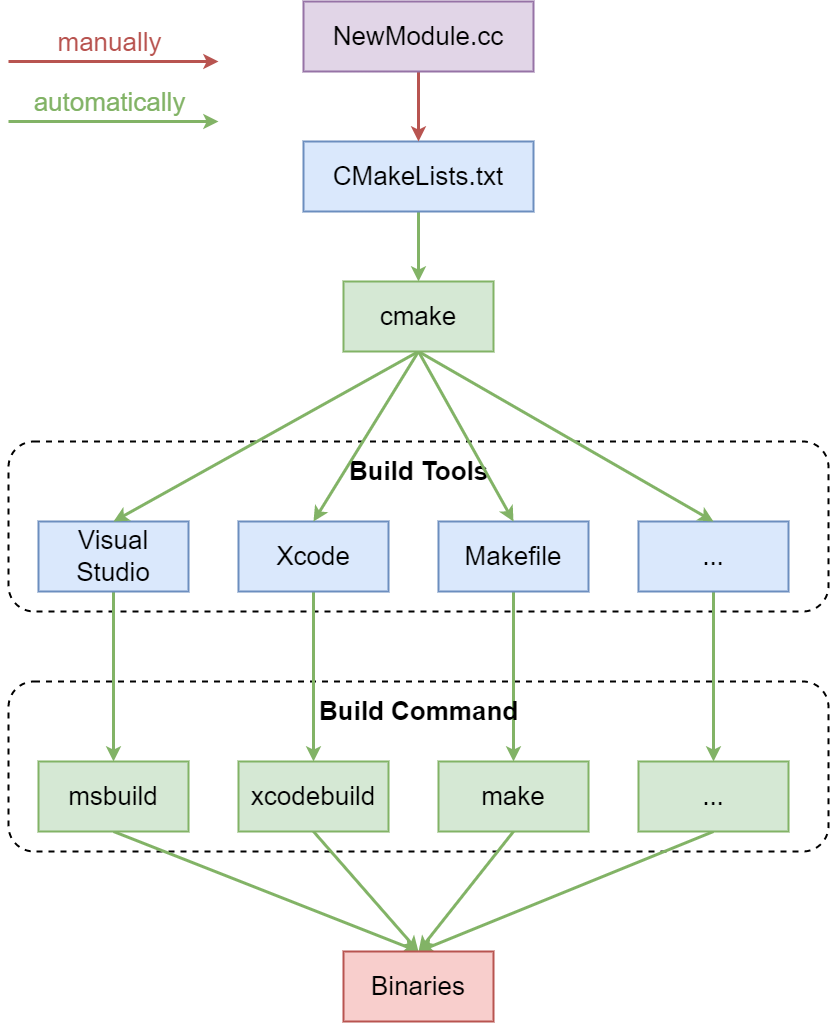
superwjfeng/MarkdownWriting keeps this draw.io diagram as EngDev/build工具/CMake体系.drawio.png. Above is the earlier version. Source tidied: cells renumbered, new cells last; positions are measured from the earlier drawing's top-left corner, leaving out a move shared by most shapes. Its diagram source:
```xml
<mxGraphModel background="#ffffff">
  <root>
    <mxCell id="0" />
    <mxCell id="1" parent="0" />
    <mxCell id="2" style="rounded=1;whiteSpace=wrap;html=1;strokeWidth=2;dashed=1;" parent="1" vertex="1">
      <mxGeometry y="440" width="820" height="170" as="geometry" />
    </mxCell>
    <mxCell id="3" style="rounded=1;whiteSpace=wrap;html=1;strokeWidth=2;dashed=1;" parent="1" vertex="1">
      <mxGeometry y="680" width="820" height="170" as="geometry" />
    </mxCell>
    <mxCell id="4" value="&lt;b&gt;&lt;font style=&quot;font-size: 26px;&quot;&gt;Build Tools&lt;/font&gt;&lt;/b&gt;" style="text;html=1;align=center;verticalAlign=middle;strokeColor=none;fillColor=none;" parent="1" vertex="1">
      <mxGeometry x="330" y="450" width="160" height="40" as="geometry" />
    </mxCell>
    <mxCell id="5" style="edgeStyle=orthogonalEdgeStyle;rounded=0;jettySize=auto;html=1;entryX=0.5;entryY=0;entryDx=0;entryDy=0;strokeWidth=3;fillColor=#d5e8d4;strokeColor=#82b366;" parent="1" edge="1" source="6" target="15">
      <mxGeometry relative="1" as="geometry" />
    </mxCell>
    <mxCell id="6" value="&lt;font style=&quot;font-size: 26px;&quot;&gt;Visual Studio&lt;/font&gt;" style="rounded=0;whiteSpace=wrap;html=1;fillColor=#dae8fc;strokeColor=#6c8ebf;strokeWidth=2;" parent="1" vertex="1">
      <mxGeometry x="30" y="520" width="150" height="70" as="geometry" />
    </mxCell>
    <mxCell id="7" style="edgeStyle=orthogonalEdgeStyle;rounded=0;jettySize=auto;html=1;strokeWidth=3;fillColor=#d5e8d4;strokeColor=#82b366;" parent="1" edge="1" source="8" target="17">
      <mxGeometry relative="1" as="geometry" />
    </mxCell>
    <mxCell id="8" value="&lt;font style=&quot;font-size: 26px;&quot;&gt;Xcode&lt;/font&gt;" style="rounded=0;whiteSpace=wrap;html=1;fillColor=#dae8fc;strokeColor=#6c8ebf;strokeWidth=2;" parent="1" vertex="1">
      <mxGeometry x="230" y="520" width="150" height="70" as="geometry" />
    </mxCell>
    <mxCell id="9" style="edgeStyle=orthogonalEdgeStyle;rounded=0;jettySize=auto;html=1;entryX=0.5;entryY=0;entryDx=0;entryDy=0;strokeWidth=3;fillColor=#d5e8d4;strokeColor=#82b366;" parent="1" edge="1" source="10" target="19">
      <mxGeometry relative="1" as="geometry" />
    </mxCell>
    <mxCell id="10" value="&lt;font style=&quot;font-size: 26px;&quot;&gt;Makefile&lt;/font&gt;" style="rounded=0;whiteSpace=wrap;html=1;fillColor=#dae8fc;strokeColor=#6c8ebf;strokeWidth=2;" parent="1" vertex="1">
      <mxGeometry x="430" y="520" width="150" height="70" as="geometry" />
    </mxCell>
    <mxCell id="11" style="edgeStyle=orthogonalEdgeStyle;rounded=0;jettySize=auto;html=1;strokeWidth=3;fillColor=#d5e8d4;strokeColor=#82b366;" parent="1" edge="1" source="12" target="21">
      <mxGeometry relative="1" as="geometry" />
    </mxCell>
    <mxCell id="12" value="&lt;font style=&quot;font-size: 26px;&quot;&gt;...&lt;/font&gt;" style="rounded=0;whiteSpace=wrap;html=1;fillColor=#dae8fc;strokeColor=#6c8ebf;strokeWidth=2;" parent="1" vertex="1">
      <mxGeometry x="630" y="520" width="150" height="70" as="geometry" />
    </mxCell>
    <mxCell id="13" value="&lt;b&gt;&lt;font style=&quot;font-size: 26px;&quot;&gt;Build Command&lt;/font&gt;&lt;/b&gt;" style="text;html=1;align=center;verticalAlign=middle;strokeColor=none;fillColor=none;" parent="1" vertex="1">
      <mxGeometry x="300" y="690" width="220" height="40" as="geometry" />
    </mxCell>
    <mxCell id="14" style="rounded=0;jettySize=auto;html=1;strokeWidth=3;fillColor=#d5e8d4;strokeColor=#82b366;exitX=0.5;exitY=1;exitDx=0;exitDy=0;entryX=0.5;entryY=0;entryDx=0;entryDy=0;" parent="1" edge="1" source="15" target="22">
      <mxGeometry relative="1" as="geometry" />
    </mxCell>
    <mxCell id="15" value="&lt;span style=&quot;font-size: 26px;&quot;&gt;msbuild&lt;/span&gt;" style="rounded=0;whiteSpace=wrap;html=1;fillColor=#d5e8d4;strokeColor=#82b366;strokeWidth=2;" parent="1" vertex="1">
      <mxGeometry x="30" y="760" width="150" height="70" as="geometry" />
    </mxCell>
    <mxCell id="16" style="rounded=0;jettySize=auto;html=1;strokeWidth=3;fillColor=#d5e8d4;strokeColor=#82b366;exitX=0.5;exitY=1;exitDx=0;exitDy=0;entryX=0.5;entryY=0;entryDx=0;entryDy=0;" parent="1" edge="1" source="17" target="22">
      <mxGeometry relative="1" as="geometry" />
    </mxCell>
    <mxCell id="17" value="&lt;font style=&quot;font-size: 26px;&quot;&gt;xcodebuild&lt;/font&gt;" style="rounded=0;whiteSpace=wrap;html=1;fillColor=#d5e8d4;strokeColor=#82b366;strokeWidth=2;" parent="1" vertex="1">
      <mxGeometry x="230" y="760" width="150" height="70" as="geometry" />
    </mxCell>
    <mxCell id="18" style="rounded=0;jettySize=auto;html=1;strokeWidth=3;fillColor=#d5e8d4;strokeColor=#82b366;exitX=0.5;exitY=1;exitDx=0;exitDy=0;entryX=0.5;entryY=0;entryDx=0;entryDy=0;" parent="1" edge="1" source="19" target="22">
      <mxGeometry relative="1" as="geometry" />
    </mxCell>
    <mxCell id="19" value="&lt;font style=&quot;font-size: 26px;&quot;&gt;make&lt;/font&gt;" style="rounded=0;whiteSpace=wrap;html=1;fillColor=#d5e8d4;strokeColor=#82b366;strokeWidth=2;" parent="1" vertex="1">
      <mxGeometry x="430" y="760" width="150" height="70" as="geometry" />
    </mxCell>
    <mxCell id="20" style="rounded=0;jettySize=auto;html=1;strokeWidth=3;fillColor=#d5e8d4;strokeColor=#82b366;exitX=0.5;exitY=1;exitDx=0;exitDy=0;entryX=0.5;entryY=0;entryDx=0;entryDy=0;" parent="1" edge="1" source="21" target="22">
      <mxGeometry relative="1" as="geometry" />
    </mxCell>
    <mxCell id="21" value="&lt;font style=&quot;font-size: 26px;&quot;&gt;...&lt;/font&gt;" style="rounded=0;whiteSpace=wrap;html=1;fillColor=#d5e8d4;strokeColor=#82b366;strokeWidth=2;" parent="1" vertex="1">
      <mxGeometry x="630" y="760" width="150" height="70" as="geometry" />
    </mxCell>
    <mxCell id="22" value="&lt;font style=&quot;font-size: 26px;&quot;&gt;Binaries&lt;/font&gt;" style="rounded=0;whiteSpace=wrap;html=1;fillColor=#f8cecc;strokeColor=#b85450;strokeWidth=2;" parent="1" vertex="1">
      <mxGeometry x="335" y="950" width="150" height="70" as="geometry" />
    </mxCell>
    <mxCell id="23" style="rounded=0;jettySize=auto;html=1;fillColor=#d5e8d4;strokeColor=#82b366;strokeWidth=3;entryX=0.5;entryY=0;entryDx=0;entryDy=0;exitX=0.5;exitY=1;exitDx=0;exitDy=0;" parent="1" edge="1" source="27" target="6">
      <mxGeometry relative="1" as="geometry" />
    </mxCell>
    <mxCell id="24" style="rounded=0;jettySize=auto;html=1;fillColor=#d5e8d4;strokeColor=#82b366;strokeWidth=3;exitX=0.5;exitY=1;exitDx=0;exitDy=0;entryX=0.5;entryY=0;entryDx=0;entryDy=0;" parent="1" edge="1" source="27" target="8">
      <mxGeometry relative="1" as="geometry" />
    </mxCell>
    <mxCell id="25" style="rounded=0;jettySize=auto;html=1;fillColor=#d5e8d4;strokeColor=#82b366;strokeWidth=3;exitX=0.5;exitY=1;exitDx=0;exitDy=0;entryX=0.5;entryY=0;entryDx=0;entryDy=0;" parent="1" edge="1" source="27" target="10">
      <mxGeometry relative="1" as="geometry" />
    </mxCell>
    <mxCell id="26" style="rounded=0;jettySize=auto;html=1;fillColor=#d5e8d4;strokeColor=#82b366;strokeWidth=3;exitX=0.5;exitY=1;exitDx=0;exitDy=0;entryX=0.5;entryY=0;entryDx=0;entryDy=0;" parent="1" edge="1" source="27" target="12">
      <mxGeometry relative="1" as="geometry" />
    </mxCell>
    <mxCell id="27" value="&lt;font style=&quot;font-size: 26px;&quot;&gt;cmake&lt;/font&gt;" style="rounded=0;whiteSpace=wrap;html=1;fillColor=#d5e8d4;strokeColor=#82b366;strokeWidth=2;" parent="1" vertex="1">
      <mxGeometry x="335" y="280" width="150" height="70" as="geometry" />
    </mxCell>
    <mxCell id="28" style="edgeStyle=orthogonalEdgeStyle;rounded=0;jettySize=auto;html=1;fillColor=#d5e8d4;strokeColor=#82b366;strokeWidth=3;" parent="1" edge="1" source="29" target="27">
      <mxGeometry relative="1" as="geometry" />
    </mxCell>
    <mxCell id="29" value="&lt;font style=&quot;font-size: 26px;&quot;&gt;CMakeLists.txt&lt;/font&gt;" style="rounded=0;whiteSpace=wrap;html=1;fillColor=#dae8fc;strokeColor=#6c8ebf;strokeWidth=2;" parent="1" vertex="1">
      <mxGeometry x="295" y="140" width="230" height="70" as="geometry" />
    </mxCell>
    <mxCell id="30" style="edgeStyle=orthogonalEdgeStyle;rounded=0;jettySize=auto;html=1;fillColor=#f8cecc;strokeColor=#b85450;strokeWidth=3;" parent="1" edge="1" source="31" target="29">
      <mxGeometry relative="1" as="geometry" />
    </mxCell>
    <mxCell id="31" value="&lt;font style=&quot;font-size: 26px;&quot;&gt;NewModule.cc&lt;/font&gt;" style="rounded=0;whiteSpace=wrap;html=1;fillColor=#e1d5e7;strokeColor=#9673a6;strokeWidth=2;" parent="1" vertex="1">
      <mxGeometry x="295" width="230" height="70" as="geometry" />
    </mxCell>
    <mxCell id="32" style="endArrow=classic;html=1;rounded=0;strokeWidth=3;fillColor=#d5e8d4;strokeColor=#82b366;" parent="1" edge="1">
      <mxGeometry relative="1" as="geometry">
        <mxPoint y="120" as="sourcePoint" />
        <mxPoint x="210" y="120" as="targetPoint" />
      </mxGeometry>
    </mxCell>
    <mxCell id="33" value="&lt;font style=&quot;font-size: 26px;&quot;&gt;automatically&lt;/font&gt;" style="edgeLabel;html=1;align=center;verticalAlign=middle;fontColor=#82b366;" parent="32" vertex="1">
      <mxGeometry x="-0.22" y="-3" relative="1" as="geometry">
        <mxPoint x="18" y="-23" as="offset" />
      </mxGeometry>
    </mxCell>
    <mxCell id="34" style="endArrow=classic;html=1;rounded=0;strokeWidth=3;fillColor=#f8cecc;strokeColor=#b85450;" parent="1" edge="1">
      <mxGeometry relative="1" as="geometry">
        <mxPoint y="60" as="sourcePoint" />
        <mxPoint x="210" y="60" as="targetPoint" />
      </mxGeometry>
    </mxCell>
    <mxCell id="35" value="manually" style="edgeLabel;html=1;align=center;verticalAlign=middle;fontColor=#b85450;fontSize=26;" parent="34" vertex="1">
      <mxGeometry x="-0.22" y="-3" relative="1" as="geometry">
        <mxPoint x="18" y="-23" as="offset" />
      </mxGeometry>
    </mxCell>
  </root>
</mxGraphModel>
```
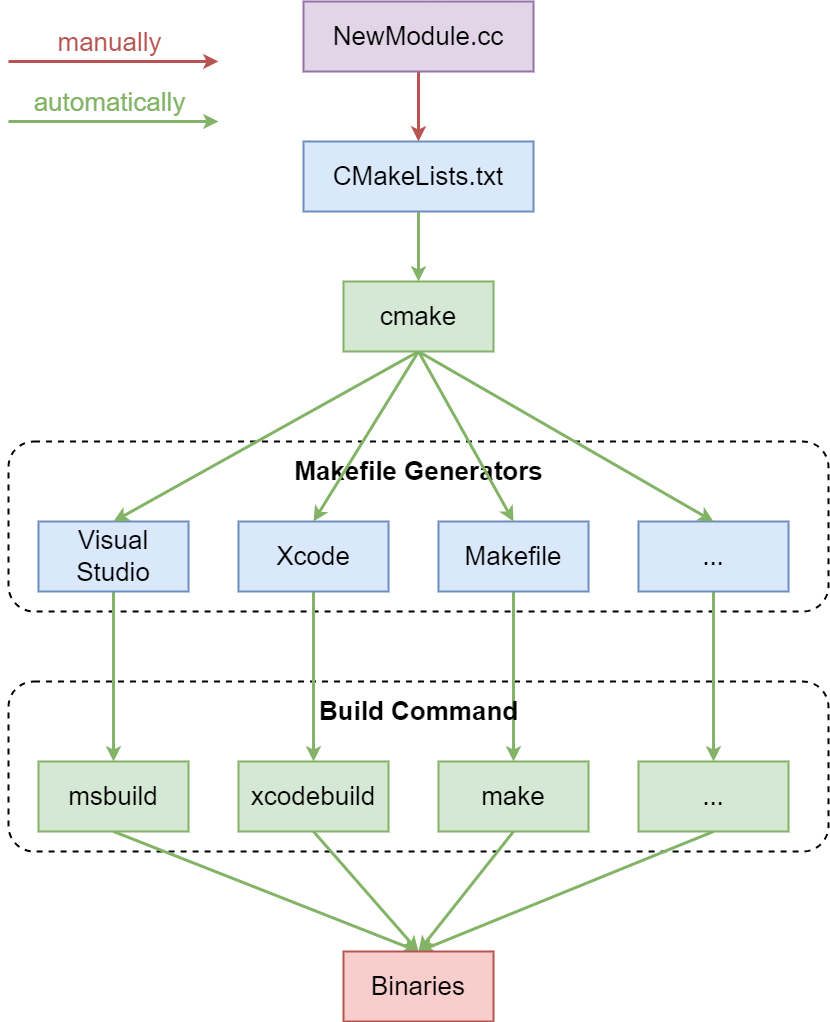
After the commit.

What changed in the source:
```diff
@@ -8,8 +8,8 @@
     <mxCell id="3" style="rounded=1;whiteSpace=wrap;html=1;strokeWidth=2;dashed=1;" parent="1" vertex="1">
       <mxGeometry y="680" width="820" height="170" as="geometry" />
     </mxCell>
-    <mxCell id="4" value="&lt;b&gt;&lt;font style=&quot;font-size: 26px;&quot;&gt;Build Tools&lt;/font&gt;&lt;/b&gt;" style="text;html=1;align=center;verticalAlign=middle;strokeColor=none;fillColor=none;" parent="1" vertex="1">
-      <mxGeometry x="330" y="450" width="160" height="40" as="geometry" />
+    <mxCell id="4" value="&lt;b&gt;&lt;font style=&quot;font-size: 26px;&quot;&gt;Makefile Generators&lt;/font&gt;&lt;/b&gt;" style="text;html=1;align=center;verticalAlign=middle;strokeColor=none;fillColor=none;" parent="1" vertex="1">
+      <mxGeometry x="275" y="450" width="270" height="40" as="geometry" />
     </mxCell>
     <mxCell id="5" style="edgeStyle=orthogonalEdgeStyle;rounded=0;jettySize=auto;html=1;entryX=0.5;entryY=0;entryDx=0;entryDy=0;strokeWidth=3;fillColor=#d5e8d4;strokeColor=#82b366;" parent="1" edge="1" source="6" target="15">
       <mxGeometry relative="1" as="geometry" />
```
